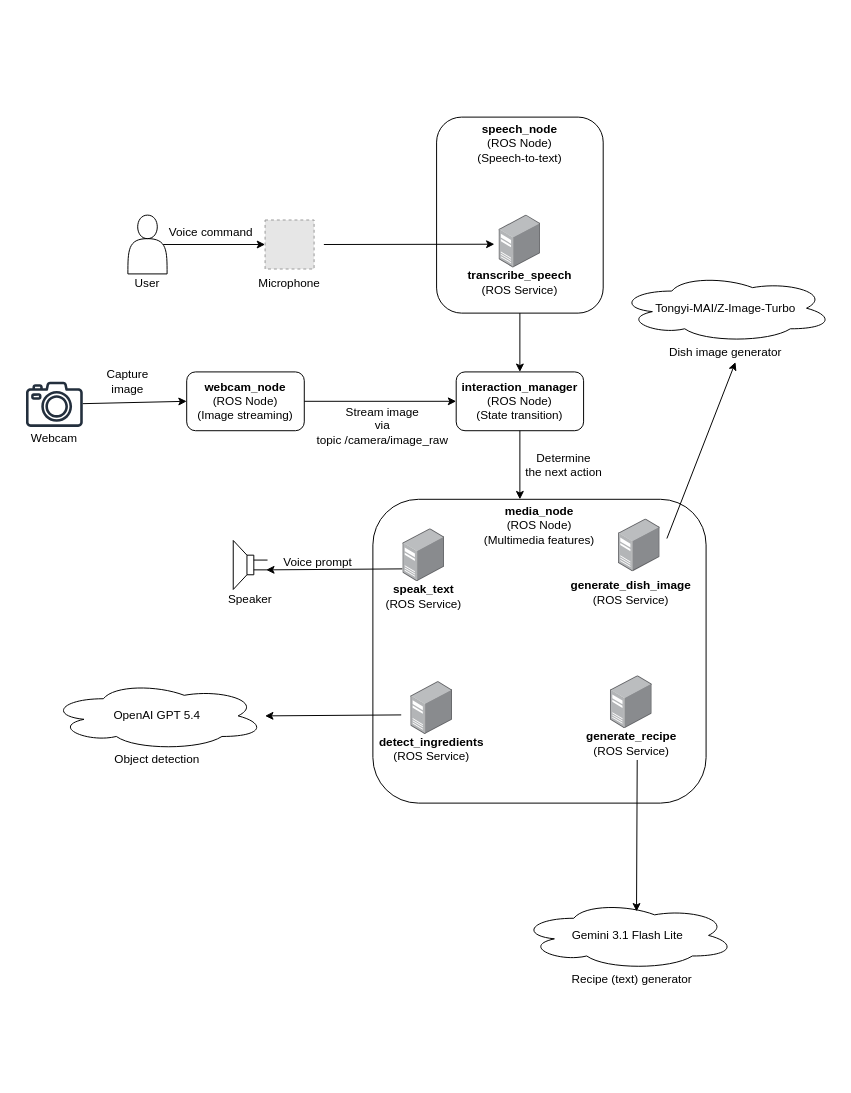
Before: SYSTEM-DIAGRAM.drawio in iamdejan/chef-robot-assistant, a draw.io diagram. Source tidied: cells renumbered, new cells numbered last; positions are measured from the earlier drawing's top-left corner, leaving out a move shared by most shapes. Both pictures are drawn from the tidied source at 98%, with x=0, y=0 at pixel (20, 117). Pictures stored in the file or linked from it are replaced by grey dashed boxes.
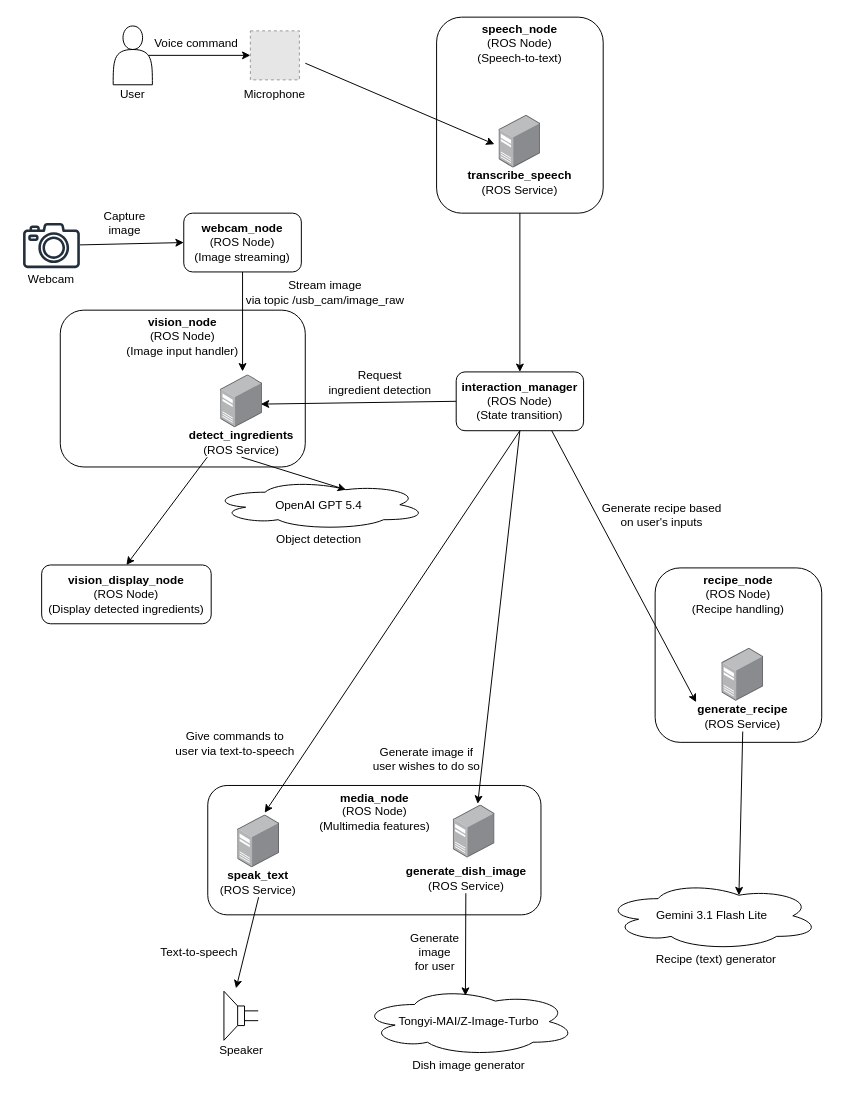
After the change.

Commit message (it also covers changes not shown here):
update system diagram

Unchanged cells that the change refers to:
```xml
<mxCell id="7" style="shape=actor;whiteSpace=wrap;html=1;" parent="6" vertex="1">
  <mxGeometry width="40" height="60" as="geometry" />
</mxCell>
<mxCell id="10" style="image;points=[];html=1;align=center;shadow=0;dashed=0;image=img/lib/allied_telesis/computer_and_terminals/Server_Desktop.svg;" parent="9" vertex="1">
  <mxGeometry x="40.5" width="42.6" height="54" as="geometry" />
</mxCell>
<mxCell id="13" style="image;points=[];html=1;align=center;shadow=0;dashed=0;image=img/lib/allied_telesis/computer_and_terminals/Server_Desktop.svg;" parent="12" vertex="1">
  <mxGeometry x="23.7" width="42.6" height="54" as="geometry" />
</mxCell>
<mxCell id="14" value="&lt;b&gt;speak_text&lt;/b&gt;&lt;br&gt;&lt;div&gt;(ROS Service)&lt;/div&gt;" style="text;html=1;whiteSpace=wrap;strokeColor=none;fillColor=none;align=center;verticalAlign=middle;rounded=0;fontFamily=Helvetica;fontSize=12;fontColor=default;" parent="12" vertex="1">
  <mxGeometry y="54" width="90" height="30" as="geometry" />
</mxCell>
<mxCell id="17" style="verticalLabelPosition=bottom;shadow=0;dashed=0;align=center;html=1;verticalAlign=top;shape=mxgraph.electrical.electro-mechanical.loudspeaker;flipH=1;" parent="16" vertex="1">
  <mxGeometry x="7.5" width="35" height="50" as="geometry" />
</mxCell>
<mxCell id="19" value="&lt;b&gt;interaction_manager&lt;/b&gt;&lt;div&gt;(ROS Node)&lt;br&gt;&lt;div&gt;(State transition)&lt;/div&gt;&lt;/div&gt;" style="rounded=1;whiteSpace=wrap;html=1;" parent="1" vertex="1">
  <mxGeometry x="445" y="260" width="130" height="60" as="geometry" />
</mxCell>
<mxCell id="47" value="Tongyi-MAI/Z-Image-Turbo" style="ellipse;shape=cloud;whiteSpace=wrap;html=1;" parent="46" vertex="1">
  <mxGeometry width="220" height="70" as="geometry" />
</mxCell>
<mxCell id="51" value="Gemini 3.1 Flash Lite" style="ellipse;shape=cloud;whiteSpace=wrap;html=1;" parent="50" vertex="1">
  <mxGeometry width="220" height="70" as="geometry" />
</mxCell>
```

What changed in the source:
```diff
@@
     <mxCell id="2" value="&lt;b&gt;speech_node&lt;/b&gt;&lt;div&gt;(ROS Node)&lt;/div&gt;&lt;div&gt;(Speech-to-text)&lt;/div&gt;" style="rounded=1;whiteSpace=wrap;html=1;align=center;verticalAlign=top;spacing=1;fontFamily=Helvetica;fontSize=12;fontColor=default;fillColor=none;gradientColor=none;" parent="1" vertex="1">
-      <mxGeometry x="425" width="170" height="200" as="geometry" />
+      <mxGeometry x="425" y="-102" width="170" height="200" as="geometry" />
     </mxCell>
     <mxCell id="3" value="&lt;b&gt;media_node&lt;/b&gt;&lt;div&gt;(ROS Node)&lt;/div&gt;&lt;div&gt;(Multimedia features)&lt;/div&gt;" style="rounded=1;whiteSpace=wrap;html=1;align=center;verticalAlign=top;spacing=1;fontFamily=Helvetica;fontSize=12;fontColor=default;fillColor=none;gradientColor=none;" parent="1" vertex="1">
-      <mxGeometry x="360" y="390" width="340" height="310" as="geometry" />
+      <mxGeometry x="191.5" y="682" width="340" height="132" as="geometry" />
     </mxCell>
     <mxCell id="4" style="edgeStyle=none;jettySize=auto;html=1;rounded=0;exitX=0.9;exitY=0.5;exitDx=0;exitDy=0;exitPerimeter=0;" parent="1" edge="1" source="7">
       <mxGeometry relative="1" as="geometry">
-        <mxPoint x="250" y="130" as="targetPoint" />
+        <mxPoint x="235" y="-63" as="targetPoint" />
       </mxGeometry>
     </mxCell>
     <mxCell id="5" value="Voice command" style="text;html=1;whiteSpace=wrap;strokeColor=none;fillColor=none;align=center;verticalAlign=middle;rounded=0;" parent="1" vertex="1">
-      <mxGeometry x="150" y="110" width="90" height="15" as="geometry" />
+      <mxGeometry x="135" y="-83" width="90" height="15" as="geometry" />
     </mxCell>
     <mxCell id="6" style="group;" parent="1" vertex="1">
-      <mxGeometry x="110" y="100" width="40" height="80" as="geometry" />
+      <mxGeometry x="95" y="-93" width="40" height="80" as="geometry" />
     </mxCell>
@@
     <mxCell id="9" style="group;" parent="1" vertex="1">
-      <mxGeometry x="570" y="410" width="123.7" height="90" as="geometry" />
+      <mxGeometry x="401.5" y="702" width="123.7" height="90" as="geometry" />
     </mxCell>
@@
-    <mxCell id="11" style="edgeStyle=none;orthogonalLoop=1;jettySize=auto;html=1;rounded=0;entryX=0.5;entryY=1;entryDx=0;entryDy=0;" parent="9" edge="1">
-      <mxGeometry relative="1" as="geometry">
-        <mxPoint x="90" y="20" as="sourcePoint" />
-        <mxPoint x="160" y="-160" as="targetPoint" />
-      </mxGeometry>
-    </mxCell>
     <mxCell id="12" style="group;" parent="1" vertex="1">
-      <mxGeometry x="366.9" y="420" width="90" height="94" as="geometry" />
+      <mxGeometry x="198.4" y="712" width="90" height="94" as="geometry" />
     </mxCell>
@@
-    <mxCell id="15" style="edgeStyle=none;orthogonalLoop=1;jettySize=auto;html=1;rounded=0;exitX=0.019;exitY=0.76;exitDx=0;exitDy=0;exitPerimeter=0;entryX=0;entryY=0.6;entryDx=0;entryDy=0;entryPerimeter=0;" parent="1" edge="1">
-      <mxGeometry relative="1" as="geometry">
-        <mxPoint x="390" y="461" as="sourcePoint" />
-        <mxPoint x="251.1" y="462" as="targetPoint" />
-      </mxGeometry>
+    <mxCell id="15" style="edgeStyle=none;jettySize=auto;html=1;rounded=0;exitX=0.5;exitY=1;exitDx=0;exitDy=0;entryX=0.647;entryY=-0.06;entryDx=0;entryDy=0;entryPerimeter=0;" parent="1" edge="1" source="14" target="17">
+      <mxGeometry relative="1" as="geometry" />
     </mxCell>
     <mxCell id="16" style="group;" parent="1" vertex="1">
-      <mxGeometry x="210" y="432" width="50" height="70" as="geometry" />
+      <mxGeometry x="200.5" y="892" width="50" height="70" as="geometry" />
     </mxCell>
@@
-    <mxCell id="20" style="edgeStyle=none;jettySize=auto;html=1;rounded=0;entryX=0.5;entryY=0;entryDx=0;entryDy=0;exitX=0.5;exitY=1;exitDx=0;exitDy=0;" parent="1" edge="1" target="19">
-      <mxGeometry relative="1" as="geometry">
-        <mxPoint x="510" y="200" as="sourcePoint" />
-      </mxGeometry>
+    <mxCell id="20" style="edgeStyle=none;jettySize=auto;html=1;rounded=0;entryX=0.5;entryY=0;entryDx=0;entryDy=0;exitX=0.5;exitY=1;exitDx=0;exitDy=0;" parent="1" edge="1" source="2" target="19">
+      <mxGeometry relative="1" as="geometry" />
     </mxCell>
-    <mxCell id="21" value="Voice prompt" style="text;html=1;whiteSpace=wrap;strokeColor=none;fillColor=none;align=center;verticalAlign=middle;rounded=0;" parent="1" vertex="1">
-      <mxGeometry x="258.6" y="447.5" width="90" height="15" as="geometry" />
+    <mxCell id="21" value="Text-to-speech" style="text;html=1;whiteSpace=wrap;strokeColor=none;fillColor=none;align=center;verticalAlign=middle;rounded=0;" parent="1" vertex="1">
+      <mxGeometry x="138" y="844" width="90" height="15" as="geometry" />
     </mxCell>
-    <mxCell id="22" style="edgeStyle=none;jettySize=auto;html=1;rounded=0;exitX=0.5;exitY=1;exitDx=0;exitDy=0;" parent="1" edge="1" source="19">
-      <mxGeometry relative="1" as="geometry">
-        <mxPoint x="510" y="390" as="targetPoint" />
-      </mxGeometry>
-    </mxCell>
     <mxCell id="23" value="&lt;b&gt;generate_dish_image&lt;/b&gt;&lt;br&gt;&lt;div&gt;(ROS Service)&lt;/div&gt;" style="text;html=1;whiteSpace=wrap;strokeColor=none;fillColor=none;align=center;verticalAlign=middle;rounded=0;fontFamily=Helvetica;fontSize=12;fontColor=default;" parent="1" vertex="1">
-      <mxGeometry x="560" y="470" width="126.8" height="30" as="geometry" />
+      <mxGeometry x="391.5" y="762" width="126.8" height="30" as="geometry" />
     </mxCell>
     <mxCell id="24" style="group;" parent="1" vertex="1">
-      <mxGeometry x="455" y="100" width="110" height="84" as="geometry" />
+      <mxGeometry x="455" y="-2" width="110" height="84" as="geometry" />
     </mxCell>
@@
     <mxCell id="27" style="edgeStyle=none;orthogonalLoop=1;jettySize=auto;html=1;rounded=0;" parent="1" edge="1">
       <mxGeometry relative="1" as="geometry">
-        <mxPoint x="310" y="130" as="sourcePoint" />
-        <mxPoint x="484" y="129.7" as="targetPoint" />
+        <mxPoint x="291" y="-55" as="sourcePoint" />
+        <mxPoint x="484" y="27.7" as="targetPoint" />
       </mxGeometry>
     </mxCell>
-    <mxCell id="28" value="Determine&lt;div&gt;the next action&lt;/div&gt;" style="text;html=1;whiteSpace=wrap;strokeColor=none;fillColor=none;align=center;verticalAlign=middle;rounded=0;" parent="1" vertex="1">
-      <mxGeometry x="510" y="340" width="90" height="30" as="geometry" />
-    </mxCell>
-    <mxCell id="29" style="group;" parent="1" vertex="1">
-      <mxGeometry y="270" width="70" height="66.1" as="geometry" />
-    </mxCell>
-    <mxCell id="30" style="sketch=0;outlineConnect=0;fontColor=#232F3E;gradientColor=none;fillColor=#232F3D;strokeColor=none;dashed=0;verticalLabelPosition=bottom;verticalAlign=top;align=center;html=1;fontSize=12;fontStyle=0;shape=mxgraph.aws4.camera2;spacing=1;fontFamily=Helvetica;" parent="29" vertex="1">
-      <mxGeometry x="6" width="58" height="46.1" as="geometry" />
-    </mxCell>
-    <mxCell id="31" value="Webcam" style="text;html=1;whiteSpace=wrap;strokeColor=none;fillColor=none;align=center;verticalAlign=middle;rounded=0;" parent="29" vertex="1">
-      <mxGeometry y="50" width="70" height="16.1" as="geometry" />
-    </mxCell>
     <mxCell id="32" style="group;" parent="1" vertex="1">
-      <mxGeometry x="240" y="105" width="70" height="75" as="geometry" />
+      <mxGeometry x="225" y="-88" width="70" height="75" as="geometry" />
     </mxCell>
@@
-    <mxCell id="35" value="&lt;b&gt;webcam_node&lt;/b&gt;&lt;div&gt;(ROS Node)&lt;br&gt;&lt;div&gt;(Image streaming)&lt;/div&gt;&lt;/div&gt;" style="rounded=1;whiteSpace=wrap;html=1;" parent="1" vertex="1">
-      <mxGeometry x="170" y="260" width="120" height="60" as="geometry" />
-    </mxCell>
-    <mxCell id="36" style="edgeStyle=none;jettySize=auto;html=1;rounded=0;entryX=0;entryY=0.5;entryDx=0;entryDy=0;" parent="1" edge="1" source="30" target="35">
-      <mxGeometry relative="1" as="geometry" />
-    </mxCell>
-    <mxCell id="37" style="edgeStyle=none;jettySize=auto;html=1;rounded=0;entryX=0;entryY=0.5;entryDx=0;entryDy=0;exitX=1;exitY=0.5;exitDx=0;exitDy=0;" parent="1" edge="1" source="35" target="19">
-      <mxGeometry relative="1" as="geometry" />
-    </mxCell>
-    <mxCell id="38" value="Stream image&lt;div&gt;via topic&amp;nbsp;/camera/image_raw&lt;/div&gt;" style="text;html=1;whiteSpace=wrap;strokeColor=none;fillColor=none;align=center;verticalAlign=middle;rounded=0;" parent="1" vertex="1">
-      <mxGeometry x="300" y="290" width="140" height="50" as="geometry" />
-    </mxCell>
-    <mxCell id="39" value="Capture&lt;div&gt;image&lt;/div&gt;" style="text;html=1;whiteSpace=wrap;strokeColor=none;fillColor=none;align=center;verticalAlign=middle;rounded=0;" parent="1" vertex="1">
-      <mxGeometry x="60" y="250" width="100" height="40" as="geometry" />
-    </mxCell>
-    <mxCell id="40" style="group;" parent="1" vertex="1">
-      <mxGeometry x="350" y="576" width="140" height="84" as="geometry" />
-    </mxCell>
-    <mxCell id="41" value="&lt;b&gt;detect_ingredients&lt;/b&gt;&lt;div&gt;(ROS Service)&lt;/div&gt;" style="text;html=1;whiteSpace=wrap;strokeColor=none;fillColor=none;align=center;verticalAlign=middle;rounded=0;fontFamily=Helvetica;fontSize=12;fontColor=default;" parent="40" vertex="1">
-      <mxGeometry y="54" width="140" height="30" as="geometry" />
-    </mxCell>
-    <mxCell id="42" style="image;html=1;align=center;shadow=0;dashed=0;image=img/lib/allied_telesis/computer_and_terminals/Server_Desktop.svg;" parent="40" vertex="1">
-      <mxGeometry x="48.7" width="42.6" height="54" as="geometry" />
-    </mxCell>
     <mxCell id="43" style="group;" parent="1" vertex="1">
-      <mxGeometry x="30" y="576" width="220" height="90" as="geometry" />
+      <mxGeometry x="195" y="370" width="220" height="90" as="geometry" />
     </mxCell>
     <mxCell id="44" value="OpenAI GPT 5.4" style="ellipse;shape=cloud;whiteSpace=wrap;html=1;" parent="43" vertex="1">
-      <mxGeometry width="220" height="70" as="geometry" />
+      <mxGeometry width="220" height="51" as="geometry" />
     </mxCell>
     <mxCell id="45" value="Object detection" style="text;html=1;whiteSpace=wrap;strokeColor=none;fillColor=none;align=center;verticalAlign=middle;rounded=0;" parent="43" vertex="1">
-      <mxGeometry x="50" y="70" width="120" height="20" as="geometry" />
+      <mxGeometry x="50" y="51" width="120" height="20" as="geometry" />
     </mxCell>
     <mxCell id="46" style="group;" parent="1" vertex="1">
-      <mxGeometry x="610" y="160" width="220" height="90" as="geometry" />
+      <mxGeometry x="347.5" y="888" width="220" height="90" as="geometry" />
     </mxCell>
@@
-    <mxCell id="49" style="edgeStyle=none;orthogonalLoop=1;jettySize=auto;html=1;rounded=0;exitX=0.019;exitY=0.76;exitDx=0;exitDy=0;exitPerimeter=0;entryX=0;entryY=0.6;entryDx=0;entryDy=0;entryPerimeter=0;" parent="1" edge="1">
-      <mxGeometry relative="1" as="geometry">
-        <mxPoint x="388.9" y="610" as="sourcePoint" />
-        <mxPoint x="250" y="611" as="targetPoint" />
-      </mxGeometry>
+    <mxCell id="49" style="edgeStyle=none;jettySize=auto;html=1;rounded=0;exitX=0.5;exitY=1;exitDx=0;exitDy=0;entryX=0.625;entryY=0.2;entryDx=0;entryDy=0;entryPerimeter=0;" parent="1" edge="1" source="41" target="44">
+      <mxGeometry relative="1" as="geometry" />
     </mxCell>
     <mxCell id="50" style="group;" parent="1" vertex="1">
-      <mxGeometry x="510" y="800" width="220" height="90" as="geometry" />
+      <mxGeometry x="596" y="780" width="220" height="90" as="geometry" />
     </mxCell>
@@
-    <mxCell id="53" style="group;" parent="1" vertex="1">
-      <mxGeometry x="553.7" y="570" width="140" height="84" as="geometry" />
-    </mxCell>
+    <mxCell id="56" style="edgeStyle=none;jettySize=auto;html=1;rounded=0;entryX=0.625;entryY=0.2;entryDx=0;entryDy=0;entryPerimeter=0;exitX=0.5;exitY=1;exitDx=0;exitDy=0;" parent="1" edge="1" source="54" target="51">
+      <mxGeometry relative="1" as="geometry" />
+    </mxCell>
+    <mxCell id="57" style="edgeStyle=none;html=1;entryX=0.486;entryY=0.122;entryDx=0;entryDy=0;entryPerimeter=0;" parent="1" edge="1" source="23" target="47">
+      <mxGeometry relative="1" as="geometry" />
+    </mxCell>
+    <mxCell id="58" value="Generate&lt;div&gt;image&lt;/div&gt;&lt;div&gt;for user&lt;/div&gt;" style="text;html=1;whiteSpace=wrap;strokeColor=none;fillColor=none;align=center;verticalAlign=middle;rounded=0;" parent="1" vertex="1">
+      <mxGeometry x="390.5" y="829" width="65" height="46" as="geometry" />
+    </mxCell>
+    <mxCell id="59" style="edgeStyle=none;html=1;exitX=0.5;exitY=1;exitDx=0;exitDy=0;entryX=0.645;entryY=-0.04;entryDx=0;entryDy=0;entryPerimeter=0;" parent="1" edge="1" source="19" target="13">
+      <mxGeometry relative="1" as="geometry" />
+    </mxCell>
+    <mxCell id="60" value="Give commands to user via text-to-speech" style="text;html=1;whiteSpace=wrap;strokeColor=none;fillColor=none;align=center;verticalAlign=middle;rounded=0;" parent="1" vertex="1">
+      <mxGeometry x="157" y="616" width="125" height="46" as="geometry" />
+    </mxCell>
+    <mxCell id="61" style="edgeStyle=none;html=1;exitX=0.5;exitY=1;exitDx=0;exitDy=0;entryX=0.586;entryY=-0.024;entryDx=0;entryDy=0;entryPerimeter=0;" parent="1" edge="1" source="19" target="10">
+      <mxGeometry relative="1" as="geometry" />
+    </mxCell>
+    <mxCell id="62" value="Generate image if user wishes to do so" style="text;html=1;whiteSpace=wrap;strokeColor=none;fillColor=none;align=center;verticalAlign=middle;rounded=0;" parent="1" vertex="1">
+      <mxGeometry x="356" y="632" width="118" height="46" as="geometry" />
+    </mxCell>
+    <mxCell id="63" value="&lt;b&gt;recipe_node&lt;/b&gt;&lt;div&gt;(ROS Node)&lt;/div&gt;&lt;div&gt;(Recipe handling)&lt;/div&gt;" style="rounded=1;whiteSpace=wrap;html=1;align=center;verticalAlign=top;spacing=1;fontFamily=Helvetica;fontSize=12;fontColor=default;fillColor=none;gradientColor=none;" parent="1" vertex="1">
+      <mxGeometry x="648" y="460" width="170" height="178" as="geometry" />
+    </mxCell>
+    <mxCell id="64" style="group;" parent="1" vertex="1">
+      <mxGeometry x="674" y="542" width="126.9" height="90" as="geometry" />
+    </mxCell>
+    <mxCell id="65" style="group;" parent="64" vertex="1">
+      <mxGeometry x="1.6" width="123.7" height="90" as="geometry" />
+    </mxCell>
+    <mxCell id="66" style="image;html=1;align=center;shadow=0;dashed=0;image=img/lib/allied_telesis/computer_and_terminals/Server_Desktop.svg;" parent="65" vertex="1">
+      <mxGeometry x="40.5" width="42.6" height="54" as="geometry" />
+    </mxCell>
-    <mxCell id="54" value="&lt;b&gt;generate_recipe&lt;/b&gt;&lt;div&gt;(ROS Service)&lt;/div&gt;" style="text;html=1;whiteSpace=wrap;strokeColor=none;fillColor=none;align=center;verticalAlign=middle;rounded=0;fontFamily=Helvetica;fontSize=12;fontColor=default;" parent="53" vertex="1">
-      <mxGeometry y="54" width="140" height="30" as="geometry" />
+    <mxCell id="54" value="&lt;b&gt;generate_recipe&lt;/b&gt;&lt;br&gt;&lt;div&gt;(ROS Service)&lt;/div&gt;" style="text;html=1;whiteSpace=wrap;strokeColor=none;fillColor=none;align=center;verticalAlign=middle;rounded=0;fontFamily=Helvetica;fontSize=12;fontColor=default;" parent="64" vertex="1">
+      <mxGeometry y="55" width="126.8" height="30" as="geometry" />
     </mxCell>
-    <mxCell id="55" style="image;html=1;align=center;shadow=0;dashed=0;image=img/lib/allied_telesis/computer_and_terminals/Server_Desktop.svg;" parent="53" vertex="1">
-      <mxGeometry x="48.7" width="42.6" height="54" as="geometry" />
-    </mxCell>
-    <mxCell id="56" style="edgeStyle=none;jettySize=auto;html=1;rounded=0;exitX=0.543;exitY=1.067;exitDx=0;exitDy=0;exitPerimeter=0;entryX=0.541;entryY=0.15;entryDx=0;entryDy=0;entryPerimeter=0;" parent="1" edge="1" source="54" target="51">
-      <mxGeometry relative="1" as="geometry" />
-    </mxCell>
+    <mxCell id="67" style="edgeStyle=none;html=1;exitX=0.75;exitY=1;exitDx=0;exitDy=0;entryX=0.125;entryY=0;entryDx=0;entryDy=0;entryPerimeter=0;" parent="1" edge="1" source="19" target="54">
+      <mxGeometry relative="1" as="geometry" />
+    </mxCell>
+    <mxCell id="68" value="Generate recipe based on user's inputs" style="text;html=1;whiteSpace=wrap;strokeColor=none;fillColor=none;align=center;verticalAlign=middle;rounded=0;" parent="1" vertex="1">
+      <mxGeometry x="588" y="383" width="134" height="46" as="geometry" />
+    </mxCell>
+    <mxCell id="69" style="edgeStyle=none;html=1;exitX=0.5;exitY=1;exitDx=0;exitDy=0;" parent="1" edge="1" source="35">
+      <mxGeometry relative="1" as="geometry">
+        <mxPoint x="227" y="259.5" as="targetPoint" />
+      </mxGeometry>
+    </mxCell>
+    <mxCell id="35" value="&lt;b&gt;webcam_node&lt;/b&gt;&lt;div&gt;(ROS Node)&lt;br&gt;&lt;div&gt;(Image streaming)&lt;/div&gt;&lt;/div&gt;" style="rounded=1;whiteSpace=wrap;html=1;" parent="1" vertex="1">
+      <mxGeometry x="167" y="98" width="120" height="60" as="geometry" />
+    </mxCell>
+    <mxCell id="70" style="edgeStyle=none;jettySize=auto;html=1;rounded=0;entryX=0;entryY=0.5;entryDx=0;entryDy=0;" parent="1" edge="1" target="35">
+      <mxGeometry relative="1" as="geometry">
+        <mxPoint x="61" y="130.4" as="sourcePoint" />
+      </mxGeometry>
+    </mxCell>
+    <mxCell id="71" value="Stream image&lt;div&gt;via topic&amp;nbsp;/usb_cam/image_raw&lt;/div&gt;" style="text;html=1;whiteSpace=wrap;strokeColor=none;fillColor=none;align=center;verticalAlign=middle;rounded=0;" parent="1" vertex="1">
+      <mxGeometry x="215.3" y="160" width="193" height="37" as="geometry" />
+    </mxCell>
+    <mxCell id="39" value="Capture&lt;div&gt;image&lt;/div&gt;" style="text;html=1;whiteSpace=wrap;strokeColor=none;fillColor=none;align=center;verticalAlign=middle;rounded=0;" parent="1" vertex="1">
+      <mxGeometry x="57" y="88" width="100" height="40" as="geometry" />
+    </mxCell>
+    <mxCell id="72" style="group;" parent="1" vertex="1">
+      <mxGeometry x="-3" y="108" width="70" height="66.1" as="geometry" />
+    </mxCell>
+    <mxCell id="30" style="sketch=0;outlineConnect=0;fontColor=#232F3E;gradientColor=none;fillColor=#232F3D;strokeColor=none;dashed=0;verticalLabelPosition=bottom;verticalAlign=top;align=center;html=1;fontSize=12;fontStyle=0;shape=mxgraph.aws4.camera2;spacing=1;fontFamily=Helvetica;" parent="72" vertex="1">
+      <mxGeometry x="6" width="58" height="46.1" as="geometry" />
+    </mxCell>
+    <mxCell id="31" value="Webcam" style="text;html=1;whiteSpace=wrap;strokeColor=none;fillColor=none;align=center;verticalAlign=middle;rounded=0;" parent="72" vertex="1">
+      <mxGeometry y="50" width="70" height="16.1" as="geometry" />
+    </mxCell>
+    <mxCell id="73" value="&lt;b&gt;vision_node&lt;/b&gt;&lt;div&gt;(ROS Node)&lt;/div&gt;&lt;div&gt;(Image input handler)&lt;/div&gt;" style="rounded=1;whiteSpace=wrap;html=1;align=center;verticalAlign=top;spacing=1;fontFamily=Helvetica;fontSize=12;fontColor=default;fillColor=none;gradientColor=none;" parent="1" vertex="1">
+      <mxGeometry x="41" y="197" width="250" height="160" as="geometry" />
+    </mxCell>
+    <mxCell id="74" style="group;" parent="1" vertex="1">
+      <mxGeometry x="156" y="263" width="140" height="84" as="geometry" />
+    </mxCell>
+    <mxCell id="41" value="&lt;b&gt;detect_ingredients&lt;/b&gt;&lt;div&gt;(ROS Service)&lt;/div&gt;" style="text;html=1;whiteSpace=wrap;strokeColor=none;fillColor=none;align=center;verticalAlign=middle;rounded=0;fontFamily=Helvetica;fontSize=12;fontColor=default;" parent="74" vertex="1">
+      <mxGeometry y="54" width="140" height="30" as="geometry" />
+    </mxCell>
+    <mxCell id="75" style="image;points=[];html=1;align=center;shadow=0;dashed=0;image=img/lib/allied_telesis/computer_and_terminals/Server_Desktop.svg;" parent="74" vertex="1">
+      <mxGeometry x="48.7" width="42.6" height="54" as="geometry" />
+    </mxCell>
+    <mxCell id="76" style="edgeStyle=none;html=1;exitX=0;exitY=0.5;exitDx=0;exitDy=0;entryX=0.962;entryY=0.553;entryDx=0;entryDy=0;entryPerimeter=0;" parent="1" edge="1" source="19" target="75">
+      <mxGeometry relative="1" as="geometry" />
+    </mxCell>
+    <mxCell id="77" value="Request&lt;div&gt;ingredient detection&lt;/div&gt;" style="text;html=1;whiteSpace=wrap;strokeColor=none;fillColor=none;align=center;verticalAlign=middle;rounded=0;" parent="1" vertex="1">
+      <mxGeometry x="312.5" y="252" width="109" height="37" as="geometry" />
+    </mxCell>
+    <mxCell id="78" value="&lt;b&gt;vision_display_node&lt;/b&gt;&lt;div&gt;(ROS Node)&lt;br&gt;&lt;div&gt;(Display detected ingredients)&lt;/div&gt;&lt;/div&gt;" style="rounded=1;whiteSpace=wrap;html=1;" parent="1" vertex="1">
+      <mxGeometry x="22" y="457" width="173" height="60" as="geometry" />
+    </mxCell>
+    <mxCell id="79" style="edgeStyle=none;html=1;exitX=0.25;exitY=1;exitDx=0;exitDy=0;entryX=0.5;entryY=0;entryDx=0;entryDy=0;" parent="1" edge="1" source="41" target="78">
+      <mxGeometry relative="1" as="geometry" />
+    </mxCell>
```
